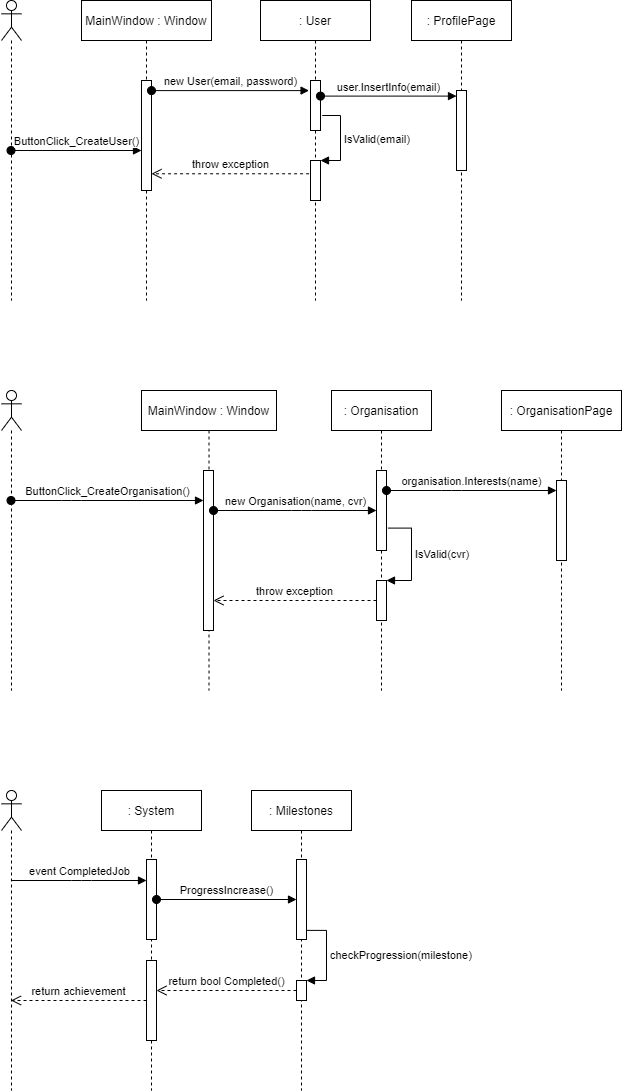
Earlier version of the draw.io export Sekvensdiagram.png (liam1523/SekvensDiagrammer). Source tidied: cells renumbered, new cells last; positions are measured from the earlier drawing's top-left corner, leaving out a move shared by most shapes. Its diagram source:
```xml
<mxGraphModel>
  <root>
    <mxCell id="0" />
    <mxCell id="1" parent="0" />
    <mxCell id="2" style="shape=umlLifeline;participant=umlActor;perimeter=lifelinePerimeter;whiteSpace=wrap;html=1;verticalAlign=top;spacingTop=36;outlineConnect=0;" parent="1" vertex="1">
      <mxGeometry width="20" height="300" as="geometry" />
    </mxCell>
    <mxCell id="3" value="MainWindow : Window" style="shape=umlLifeline;perimeter=lifelinePerimeter;whiteSpace=wrap;html=1;" parent="1" vertex="1">
      <mxGeometry x="80" width="130" height="300" as="geometry" />
    </mxCell>
    <mxCell id="4" style="html=1;points=[];perimeter=orthogonalPerimeter;" parent="3" vertex="1">
      <mxGeometry x="60" y="80" width="10" height="110" as="geometry" />
    </mxCell>
    <mxCell id="5" value=": User" style="shape=umlLifeline;perimeter=lifelinePerimeter;whiteSpace=wrap;html=1;" parent="1" vertex="1">
      <mxGeometry x="259" width="110" height="300" as="geometry" />
    </mxCell>
    <mxCell id="6" style="html=1;points=[];perimeter=orthogonalPerimeter;" parent="5" vertex="1">
      <mxGeometry x="50" y="80" width="10" height="50" as="geometry" />
    </mxCell>
    <mxCell id="7" style="html=1;points=[];perimeter=orthogonalPerimeter;" parent="5" vertex="1">
      <mxGeometry x="50" y="160" width="10" height="40" as="geometry" />
    </mxCell>
    <mxCell id="8" value="IsValid(email)" style="edgeStyle=orthogonalEdgeStyle;html=1;align=left;spacingLeft=2;endArrow=block;rounded=0;entryX=1;entryY=0;exitX=1.171;exitY=0.7;exitDx=0;exitDy=0;exitPerimeter=0;" parent="5" edge="1" source="6" target="7">
      <mxGeometry relative="1" as="geometry">
        <Array as="points">
          <mxPoint x="80" y="115" />
          <mxPoint x="80" y="160" />
        </Array>
      </mxGeometry>
    </mxCell>
    <mxCell id="9" value=": ProfilePage" style="shape=umlLifeline;perimeter=lifelinePerimeter;whiteSpace=wrap;html=1;" parent="1" vertex="1">
      <mxGeometry x="410" width="100" height="300" as="geometry" />
    </mxCell>
    <mxCell id="10" style="html=1;points=[];perimeter=orthogonalPerimeter;" parent="9" vertex="1">
      <mxGeometry x="45" y="90" width="10" height="80" as="geometry" />
    </mxCell>
    <mxCell id="11" value="ButtonClick_CreateUser()" style="html=1;verticalAlign=bottom;startArrow=oval;endArrow=block;startSize=8;" parent="1" edge="1" source="2" target="4">
      <mxGeometry relative="1" as="geometry" />
    </mxCell>
    <mxCell id="12" value="new User(email, password)" style="html=1;verticalAlign=bottom;startArrow=oval;endArrow=block;startSize=8;entryX=-0.143;entryY=0.202;entryDx=0;entryDy=0;entryPerimeter=0;" parent="1" edge="1" source="4" target="6">
      <mxGeometry relative="1" as="geometry" />
    </mxCell>
    <mxCell id="13" value="throw exception" style="html=1;verticalAlign=bottom;endArrow=open;dashed=1;endSize=8;exitX=-0.143;exitY=0.332;exitDx=0;exitDy=0;exitPerimeter=0;" parent="1" edge="1" source="7" target="4">
      <mxGeometry relative="1" as="geometry" />
    </mxCell>
    <mxCell id="14" value="user.InsertInfo(email)" style="html=1;verticalAlign=bottom;startArrow=oval;endArrow=block;startSize=8;entryX=0;entryY=0.07;entryDx=0;entryDy=0;entryPerimeter=0;" parent="1" edge="1" source="6" target="10">
      <mxGeometry relative="1" as="geometry" />
    </mxCell>
    <mxCell id="15" style="shape=umlLifeline;participant=umlActor;perimeter=lifelinePerimeter;whiteSpace=wrap;html=1;verticalAlign=top;spacingTop=36;outlineConnect=0;" parent="1" vertex="1">
      <mxGeometry y="390" width="20" height="300" as="geometry" />
    </mxCell>
    <mxCell id="16" value="MainWindow : Window" style="shape=umlLifeline;perimeter=lifelinePerimeter;whiteSpace=wrap;html=1;" parent="1" vertex="1">
      <mxGeometry x="140" y="390" width="135" height="300" as="geometry" />
    </mxCell>
    <mxCell id="17" style="html=1;points=[];perimeter=orthogonalPerimeter;" parent="16" vertex="1">
      <mxGeometry x="62" y="80" width="10" height="160" as="geometry" />
    </mxCell>
    <mxCell id="18" value=": Organisation" style="shape=umlLifeline;perimeter=lifelinePerimeter;whiteSpace=wrap;html=1;" parent="1" vertex="1">
      <mxGeometry x="330" y="390" width="100" height="300" as="geometry" />
    </mxCell>
    <mxCell id="19" style="html=1;points=[];perimeter=orthogonalPerimeter;" parent="18" vertex="1">
      <mxGeometry x="45" y="80" width="10" height="80" as="geometry" />
    </mxCell>
    <mxCell id="20" style="html=1;points=[];perimeter=orthogonalPerimeter;" parent="18" vertex="1">
      <mxGeometry x="45" y="190" width="10" height="40" as="geometry" />
    </mxCell>
    <mxCell id="21" value="IsValid(cvr)" style="edgeStyle=orthogonalEdgeStyle;html=1;align=left;spacingLeft=2;endArrow=block;rounded=0;entryX=1;entryY=0;exitX=1.143;exitY=0.72;exitDx=0;exitDy=0;exitPerimeter=0;" parent="18" edge="1" source="19" target="20">
      <mxGeometry relative="1" as="geometry">
        <Array as="points">
          <mxPoint x="80" y="138" />
          <mxPoint x="80" y="190" />
        </Array>
      </mxGeometry>
    </mxCell>
    <mxCell id="22" value=": OrganisationPage" style="shape=umlLifeline;perimeter=lifelinePerimeter;whiteSpace=wrap;html=1;" parent="1" vertex="1">
      <mxGeometry x="500" y="390" width="120" height="300" as="geometry" />
    </mxCell>
    <mxCell id="23" style="html=1;points=[];perimeter=orthogonalPerimeter;" parent="22" vertex="1">
      <mxGeometry x="55" y="90" width="10" height="80" as="geometry" />
    </mxCell>
    <mxCell id="24" value="ButtonClick_CreateOrganisation()" style="html=1;verticalAlign=bottom;startArrow=oval;endArrow=block;startSize=8;" parent="1" edge="1" source="15" target="17">
      <mxGeometry relative="1" as="geometry">
        <Array as="points">
          <mxPoint x="70" y="500" />
        </Array>
      </mxGeometry>
    </mxCell>
    <mxCell id="25" value="new Organisation(name, cvr)" style="html=1;verticalAlign=bottom;startArrow=oval;endArrow=block;startSize=8;" parent="1" edge="1" source="17" target="19">
      <mxGeometry relative="1" as="geometry">
        <Array as="points">
          <mxPoint x="300" y="510" />
        </Array>
      </mxGeometry>
    </mxCell>
    <mxCell id="26" value="throw exception" style="html=1;verticalAlign=bottom;endArrow=open;dashed=1;endSize=8;" parent="1" edge="1" source="20" target="17">
      <mxGeometry relative="1" as="geometry" />
    </mxCell>
    <mxCell id="27" value="organisation.Interests(name)" style="html=1;verticalAlign=bottom;startArrow=oval;endArrow=block;startSize=8;" parent="1" edge="1" source="19" target="23">
      <mxGeometry relative="1" as="geometry">
        <Array as="points">
          <mxPoint x="450" y="490" />
        </Array>
      </mxGeometry>
    </mxCell>
    <mxCell id="28" style="shape=umlLifeline;participant=umlActor;perimeter=lifelinePerimeter;whiteSpace=wrap;html=1;verticalAlign=top;spacingTop=36;outlineConnect=0;" parent="1" vertex="1">
      <mxGeometry y="790" width="20" height="300" as="geometry" />
    </mxCell>
    <mxCell id="29" value=": System" style="shape=umlLifeline;perimeter=lifelinePerimeter;whiteSpace=wrap;html=1;" parent="1" vertex="1">
      <mxGeometry x="100" y="790" width="100" height="300" as="geometry" />
    </mxCell>
    <mxCell id="30" style="html=1;points=[];perimeter=orthogonalPerimeter;" parent="29" vertex="1">
      <mxGeometry x="45" y="69" width="10" height="80" as="geometry" />
    </mxCell>
    <mxCell id="31" style="html=1;points=[];perimeter=orthogonalPerimeter;" parent="29" vertex="1">
      <mxGeometry x="45" y="170" width="10" height="80" as="geometry" />
    </mxCell>
    <mxCell id="32" value=": Milestones" style="shape=umlLifeline;perimeter=lifelinePerimeter;whiteSpace=wrap;html=1;" parent="1" vertex="1">
      <mxGeometry x="250" y="790" width="100" height="300" as="geometry" />
    </mxCell>
    <mxCell id="33" style="html=1;points=[];perimeter=orthogonalPerimeter;" parent="32" vertex="1">
      <mxGeometry x="45" y="69" width="10" height="80" as="geometry" />
    </mxCell>
    <mxCell id="34" style="html=1;points=[];perimeter=orthogonalPerimeter;" parent="32" vertex="1">
      <mxGeometry x="45" y="190" width="10" height="20" as="geometry" />
    </mxCell>
    <mxCell id="35" value="checkProgression(milestone)" style="edgeStyle=orthogonalEdgeStyle;html=1;align=left;spacingLeft=2;endArrow=block;rounded=0;entryX=1;entryY=0;exitX=1;exitY=0.886;exitDx=0;exitDy=0;exitPerimeter=0;" parent="32" edge="1" source="33" target="34">
      <mxGeometry relative="1" as="geometry">
        <Array as="points">
          <mxPoint x="75" y="140" />
          <mxPoint x="75" y="190" />
        </Array>
      </mxGeometry>
    </mxCell>
    <mxCell id="36" value="event CompletedJob" style="html=1;verticalAlign=bottom;endArrow=block;" parent="1" edge="1" source="28" target="30">
      <mxGeometry relative="1" as="geometry">
        <Array as="points">
          <mxPoint x="80" y="880" />
        </Array>
      </mxGeometry>
    </mxCell>
    <mxCell id="37" value="return achievement" style="html=1;verticalAlign=bottom;endArrow=open;dashed=1;endSize=8;" parent="1" edge="1" source="31" target="28">
      <mxGeometry relative="1" as="geometry">
        <Array as="points">
          <mxPoint x="100" y="1000" />
        </Array>
      </mxGeometry>
    </mxCell>
    <mxCell id="38" value="ProgressIncrease()" style="html=1;verticalAlign=bottom;startArrow=oval;endArrow=block;startSize=8;" parent="1" edge="1" source="30" target="33">
      <mxGeometry relative="1" as="geometry" />
    </mxCell>
    <mxCell id="39" value="return bool Completed()" style="html=1;verticalAlign=bottom;endArrow=open;dashed=1;endSize=8;" parent="1" edge="1" source="34" target="31">
      <mxGeometry relative="1" as="geometry" />
    </mxCell>
  </root>
</mxGraphModel>
```
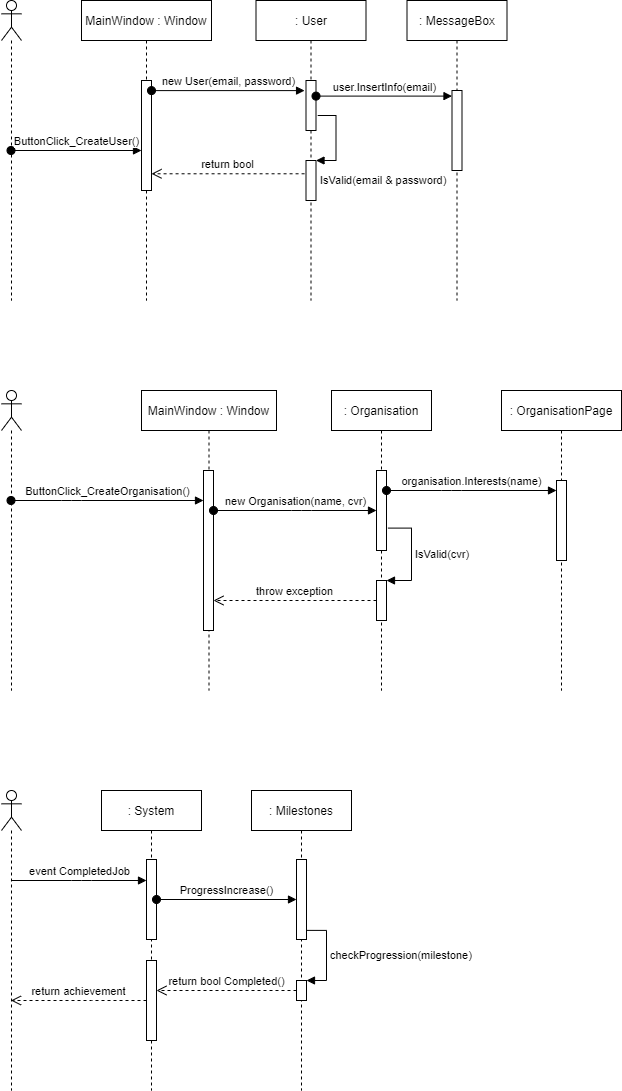
After the commit.

Commit message:
ændret digrammer

Change to the diagram source:
```diff
@@ -12,7 +12,7 @@
       <mxGeometry x="60" y="80" width="10" height="110" as="geometry" />
     </mxCell>
     <mxCell id="5" value=": User" style="shape=umlLifeline;perimeter=lifelinePerimeter;whiteSpace=wrap;html=1;" parent="1" vertex="1">
-      <mxGeometry x="259" width="110" height="300" as="geometry" />
+      <mxGeometry x="254.5" width="110" height="300" as="geometry" />
     </mxCell>
     <mxCell id="6" style="html=1;points=[];perimeter=orthogonalPerimeter;" parent="5" vertex="1">
       <mxGeometry x="50" y="80" width="10" height="50" as="geometry" />
@@ -20,16 +20,16 @@
     <mxCell id="7" style="html=1;points=[];perimeter=orthogonalPerimeter;" parent="5" vertex="1">
       <mxGeometry x="50" y="160" width="10" height="40" as="geometry" />
     </mxCell>
-    <mxCell id="8" value="IsValid(email)" style="edgeStyle=orthogonalEdgeStyle;html=1;align=left;spacingLeft=2;endArrow=block;rounded=0;entryX=1;entryY=0;exitX=1.171;exitY=0.7;exitDx=0;exitDy=0;exitPerimeter=0;" parent="5" edge="1" source="6" target="7">
-      <mxGeometry relative="1" as="geometry">
+    <mxCell id="8" value="IsValid(email &amp;amp; password)" style="edgeStyle=orthogonalEdgeStyle;html=1;align=left;spacingLeft=2;endArrow=block;rounded=0;entryX=1;entryY=0;exitX=1.171;exitY=0.7;exitDx=0;exitDy=0;exitPerimeter=0;" parent="5" edge="1" source="6" target="7">
+      <mxGeometry x="1" y="20" relative="1" as="geometry">
         <Array as="points">
           <mxPoint x="80" y="115" />
           <mxPoint x="80" y="160" />
         </Array>
       </mxGeometry>
     </mxCell>
-    <mxCell id="9" value=": ProfilePage" style="shape=umlLifeline;perimeter=lifelinePerimeter;whiteSpace=wrap;html=1;" parent="1" vertex="1">
-      <mxGeometry x="410" width="100" height="300" as="geometry" />
+    <mxCell id="9" value=": MessageBox" style="shape=umlLifeline;perimeter=lifelinePerimeter;whiteSpace=wrap;html=1;" parent="1" vertex="1">
+      <mxGeometry x="405.5" width="100" height="300" as="geometry" />
     </mxCell>
     <mxCell id="10" style="html=1;points=[];perimeter=orthogonalPerimeter;" parent="9" vertex="1">
       <mxGeometry x="45" y="90" width="10" height="80" as="geometry" />
@@ -40,7 +40,7 @@
     <mxCell id="12" value="new User(email, password)" style="html=1;verticalAlign=bottom;startArrow=oval;endArrow=block;startSize=8;entryX=-0.143;entryY=0.202;entryDx=0;entryDy=0;entryPerimeter=0;" parent="1" edge="1" source="4" target="6">
       <mxGeometry relative="1" as="geometry" />
     </mxCell>
-    <mxCell id="13" value="throw exception" style="html=1;verticalAlign=bottom;endArrow=open;dashed=1;endSize=8;exitX=-0.143;exitY=0.332;exitDx=0;exitDy=0;exitPerimeter=0;" parent="1" edge="1" source="7" target="4">
+    <mxCell id="13" value="return bool" style="html=1;verticalAlign=bottom;endArrow=open;dashed=1;endSize=8;exitX=-0.143;exitY=0.332;exitDx=0;exitDy=0;exitPerimeter=0;" parent="1" edge="1" source="7" target="4">
       <mxGeometry relative="1" as="geometry" />
     </mxCell>
     <mxCell id="14" value="user.InsertInfo(email)" style="html=1;verticalAlign=bottom;startArrow=oval;endArrow=block;startSize=8;entryX=0;entryY=0.07;entryDx=0;entryDy=0;entryPerimeter=0;" parent="1" edge="1" source="6" target="10">
```
